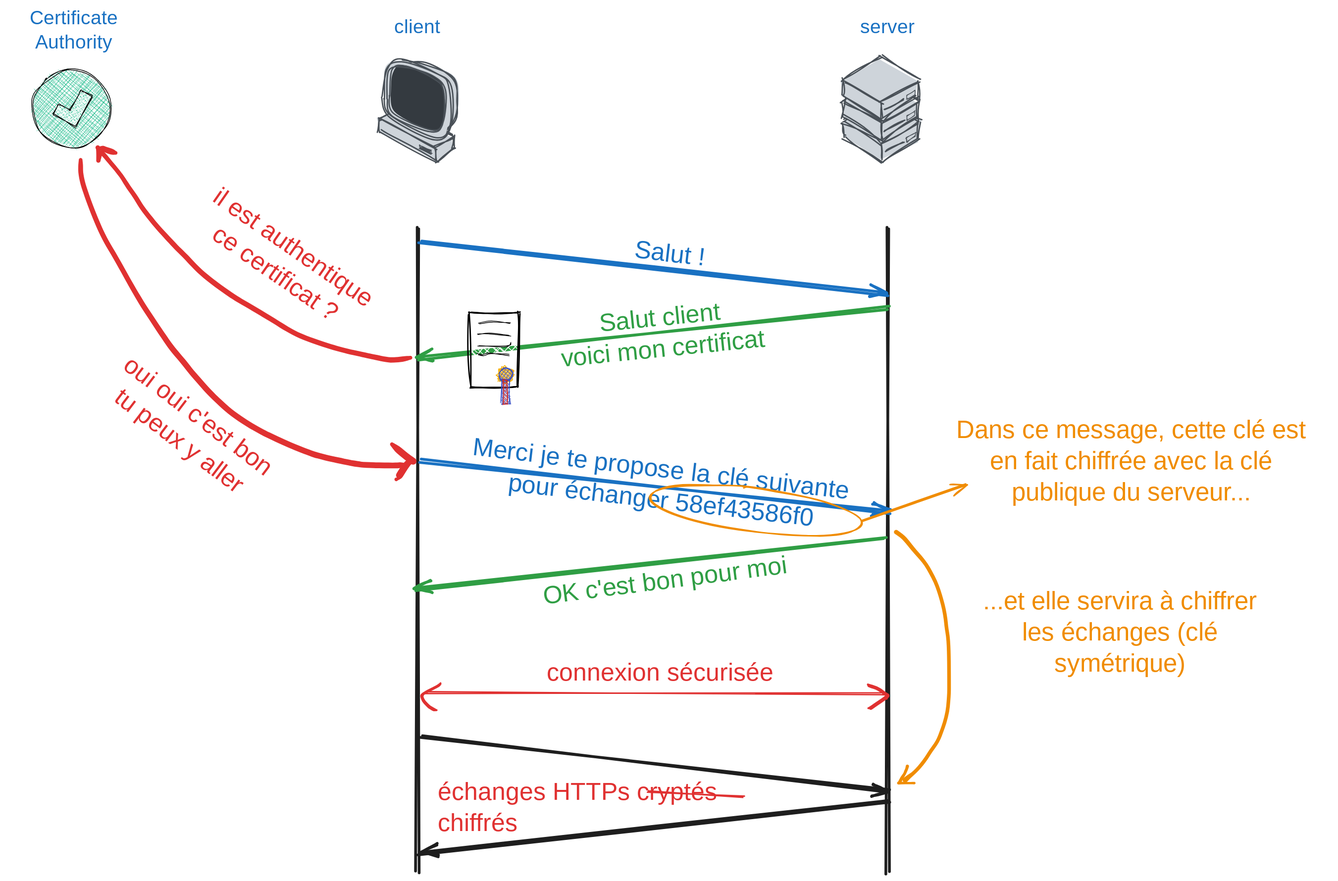
The Excalidraw diagram notebooks/media/timeline-tls.excalidraw.svg in ue22-p25/backend, before a commit. Source tidied: one line per element, renumbered; positions are measured from the earlier drawing's top-left corner, leaving out a move shared by most shapes.
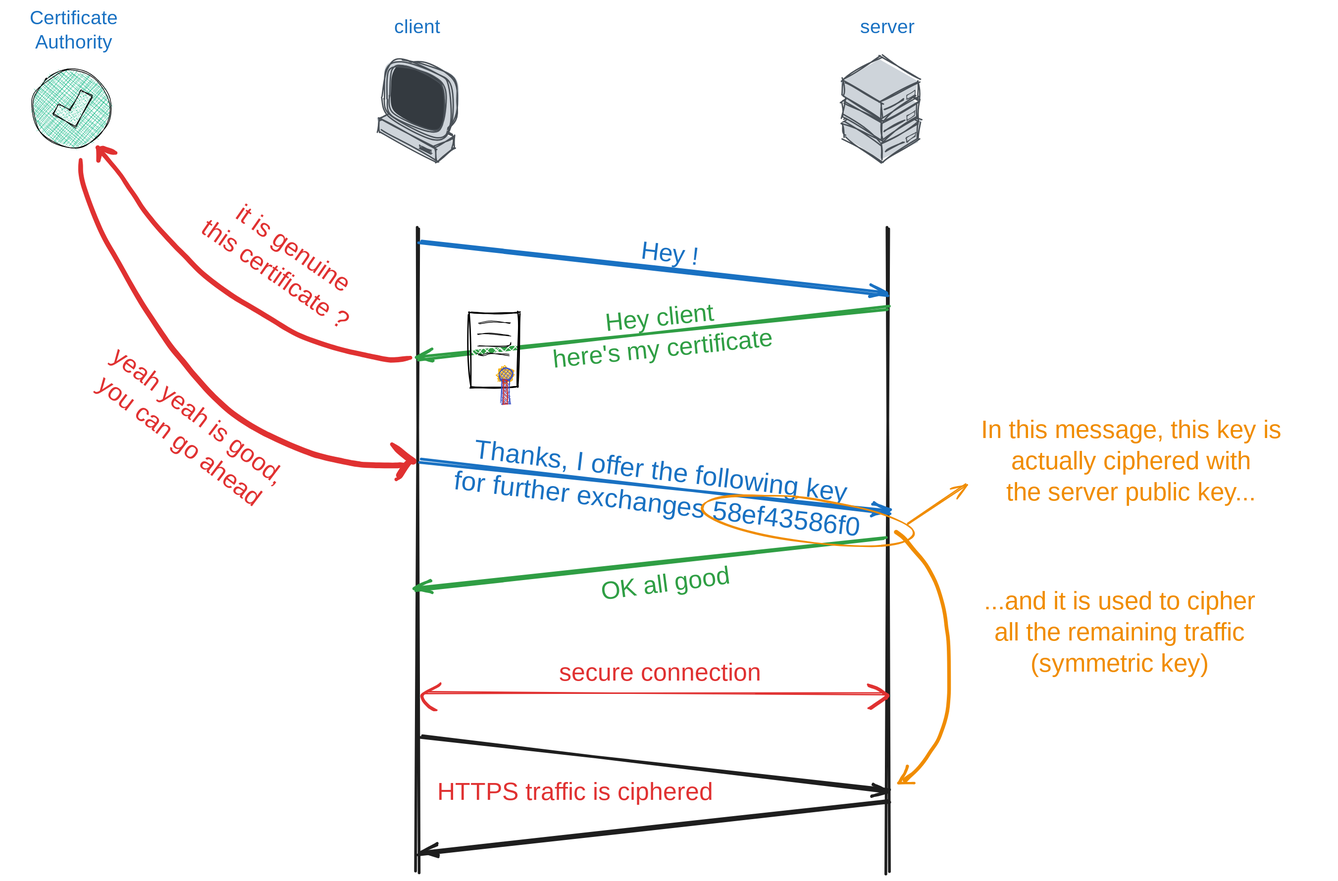
The same file after the commit.

What changed in the source:
```diff
@@ -30,9 +30,9 @@
 {"id": 29, "type": "line", "strokeColor": "#000000", "angle": 5.23, "backgroundColor": "#ffffff", "fillStyle": "cross-hatch", "strokeWidth": 1, "roughness": 2, "x": 86, "y": 124, "width": 50, "height": 37, "points": [[0, 0], [0, 19], [33, 19], [33, 37], [-17, 37], [-17, 0], [0, 0]]}
 {"id": 30, "type": "text", "text": "Certificate\nAuthority", "strokeColor": "#1971c2", "backgroundColor": "#e3fafc", "fillStyle": "cross-hatch", "strokeWidth": 4, "roughness": 2, "fontSize": 28, "fontFamily": 5, "textAlign": "center", "x": 0, "y": 0, "width": 192, "height": 70}
 {"id": 31, "type": "arrow", "strokeColor": "#1971c2", "backgroundColor": "#e3fafc", "fillStyle": "cross-hatch", "strokeWidth": 4, "roughness": 2, "endArrowhead": "arrow", "round": true, "x": 595, "y": 341, "width": 676, "height": 75, "points": [[0, 0], [676, 75]]}
-{"id": 32, "type": "text", "text": "Salut !", "strokeColor": "#1971c2", "angle": 0.12, "backgroundColor": "#e3fafc", "fillStyle": "cross-hatch", "strokeWidth": 4, "roughness": 2, "fontSize": 36, "fontFamily": 5, "textAlign": "center", "x": 822, "y": 336, "width": 268, "height": 45}
+{"id": 32, "type": "text", "text": "Hey !", "strokeColor": "#1971c2", "angle": 0.12, "backgroundColor": "#e3fafc", "fillStyle": "cross-hatch", "strokeWidth": 4, "roughness": 2, "fontSize": 36, "fontFamily": 5, "textAlign": "center", "x": 822, "y": 336, "width": 268, "height": 45}
 {"id": 33, "type": "arrow", "strokeColor": "#2f9e44", "backgroundColor": "#e3fafc", "fillStyle": "cross-hatch", "strokeWidth": 4, "roughness": 2, "endArrowhead": "arrow", "round": true, "x": 1271, "y": 434, "width": 678, "height": 74, "points": [[0, 0], [-678, 74]]}
-{"id": 34, "type": "text", "text": "Salut client\nvoici mon certificat", "strokeColor": "#2f9e44", "angle": 6.18, "backgroundColor": "#e3fafc", "fillStyle": "cross-hatch", "strokeWidth": 4, "roughness": 2, "fontSize": 36, "fontFamily": 5, "textAlign": "center", "x": 761, "y": 428, "width": 366, "height": 90}
+{"id": 34, "type": "text", "text": "Hey client\nhere's my certificate", "strokeColor": "#2f9e44", "angle": 6.18, "backgroundColor": "#e3fafc", "fillStyle": "cross-hatch", "strokeWidth": 4, "roughness": 2, "fontSize": 36, "fontFamily": 5, "textAlign": "center", "x": 761, "y": 428, "width": 366, "height": 90}
 {"id": 35, "type": "rectangle", "strokeColor": "#000000", "backgroundColor": "#fff", "fillStyle": "cross-hatch", "strokeWidth": 2, "roughness": 2, "x": 668, "y": 442, "width": 71, "height": 107}
 {"id": 36, "type": "line", "strokeColor": "#000000", "backgroundColor": "#fff", "fillStyle": "cross-hatch", "strokeWidth": 1, "roughness": 2, "round": true, "x": 679, "y": 489, "width": 47, "height": 3, "points": [[0, 0], [40, 0], [47, -3]]}
 {"id": 37, "type": "line", "strokeColor": "#000000", "backgroundColor": "#fff", "fillStyle": "cross-hatch", "strokeWidth": 1, "roughness": 2, "round": true, "x": 681, "y": 457, "width": 46, "height": 3, "points": [[0, 0], [17, -3], [46, 0]]}
@@ -44,28 +44,27 @@
 {"id": 43, "type": "ellipse", "strokeColor": "#364fc7", "backgroundColor": "#364fc7", "fillStyle": "cross-hatch", "strokeWidth": 1, "roughness": 2, "x": 709, "y": 522, "width": 20, "height": 19}
 {"id": 44, "type": "rectangle", "strokeColor": "#364fc7", "backgroundColor": "#364fc7", "fillStyle": "cross-hatch", "strokeWidth": 1, "roughness": 2, "x": 713, "y": 538, "width": 11, "height": 35}
 {"id": 45, "type": "rectangle", "strokeColor": "#c92a2a", "backgroundColor": "#c92a2a", "fillStyle": "cross-hatch", "strokeWidth": 1, "roughness": 2, "x": 716, "y": 539, "width": 6, "height": 35}
-{"id": 46, "type": "text", "text": "il est authentique\nce certificat ?", "strokeColor": "#e03131", "angle": 0.61, "backgroundColor": "#e3fafc", "fillStyle": "cross-hatch", "strokeWidth": 4, "roughness": 2, "fontSize": 36, "fontFamily": 5, "textAlign": "center", "x": 196, "y": 323, "width": 405, "height": 90}
+{"id": 46, "type": "text", "text": "it is genuine\nthis certificate ?", "strokeColor": "#e03131", "angle": 0.61, "backgroundColor": "#e3fafc", "fillStyle": "cross-hatch", "strokeWidth": 4, "roughness": 2, "fontSize": 36, "fontFamily": 5, "textAlign": "center", "x": 196, "y": 324, "width": 405, "height": 90}
-{"id": 47, "type": "text", "text": "oui oui c'est bon\ntu peux y aller", "strokeColor": "#e03131", "angle": 0.65, "backgroundColor": "#e3fafc", "fillStyle": "cross-hatch", "strokeWidth": 4, "roughness": 2, "fontSize": 36, "fontFamily": 5, "textAlign": "center", "x": 58, "y": 565, "width": 405, "height": 90}
+{"id": 47, "type": "text", "text": "yeah yeah is good,\nyou can go ahead", "strokeColor": "#e03131", "angle": 0.65, "backgroundColor": "#e3fafc", "fillStyle": "cross-hatch", "strokeWidth": 4, "roughness": 2, "fontSize": 36, "fontFamily": 5, "textAlign": "center", "x": 58, "y": 565, "width": 405, "height": 90}
 {"id": 48, "type": "freedraw", "strokeColor": "#e03131", "backgroundColor": "#e3fafc", "fillStyle": "cross-hatch", "strokeWidth": 2, "roughness": 2, "x": 582, "y": 506, "width": 451, "height": 307, "points": [[0, 0], [-21, 3], [-45, 1], [-77, -6], [-117, -16], [-162, -32], [-204, -58], [-247, -83], [-284, -109], [-316, -137], [-340, -162], [-354, -177], [-380, -208], [-397, -232], [-411, -252], [-424, -271], [-440, -290], [-446, -296], [-448, -297], [-448, -291], [-450, -285], [-450, -299], [-451, -303], [-448, -304], [-433, -298], [-425, -296]]}
 {"id": 49, "type": "freedraw", "strokeColor": "#e03131", "backgroundColor": "#e3fafc", "fillStyle": "cross-hatch", "strokeWidth": 2, "roughness": 2, "x": 106, "y": 221, "width": 468, "height": 441, "points": [[0, 0], [0, 3], [0, 15], [4, 38], [12, 60], [24, 90], [39, 122], [57, 153], [72, 180], [89, 208], [105, 232], [118, 252], [132, 273], [149, 293], [163, 311], [182, 332], [196, 346], [221, 368], [247, 385], [269, 397], [306, 413], [330, 423], [357, 431], [383, 436], [399, 439], [427, 441], [446, 441], [460, 441], [468, 440], [468, 440], [467, 440]]}
 {"id": 50, "type": "freedraw", "strokeColor": "#e03131", "backgroundColor": "#e3fafc", "fillStyle": "cross-hatch", "strokeWidth": 2, "roughness": 2, "x": 555, "y": 631, "width": 31, "height": 51, "points": [[0, 0], [0, 1], [1, 2], [4, 5], [13, 12], [19, 16], [24, 20], [25, 21], [26, 22], [31, 24], [31, 25], [31, 25], [31, 25], [30, 25], [29, 25], [28, 25], [26, 25], [25, 26], [23, 27], [21, 30], [16, 35], [14, 40], [11, 44], [10, 47], [8, 49], [8, 50], [7, 50], [7, 51], [7, 51], [7, 51], [6, 51], [6, 51]]}
 {"id": 51, "type": "arrow", "strokeColor": "#1971c2", "backgroundColor": "#e3fafc", "fillStyle": "cross-hatch", "strokeWidth": 4, "roughness": 2, "endArrowhead": "arrow", "round": true, "x": 595, "y": 655, "width": 676, "height": 75, "points": [[0, 0], [676, 75]]}
-{"id": 52, "type": "text", "text": "Merci je te propose la clé suivante\n pour échanger 58ef43586f0", "strokeColor": "#1971c2", "angle": 0.12, "backgroundColor": "#e3fafc", "fillStyle": "cross-hatch", "strokeWidth": 4, "roughness": 2, "fontSize": 36.1, "fontFamily": 5, "textAlign": "center", "x": 593, "y": 647, "width": 694, "height": 90}
+{"id": 52, "type": "text", "text": "Thanks, I offer the following key\nfor further exchanges 58ef43586f0", "strokeColor": "#1971c2", "angle": 0.12, "backgroundColor": "#e3fafc", "fillStyle": "cross-hatch", "strokeWidth": 4, "roughness": 2, "fontSize": 38.23, "fontFamily": 5, "textAlign": "center", "x": 573, "y": 649, "width": 735, "height": 96}
 {"id": 53, "type": "arrow", "strokeColor": "#2f9e44", "backgroundColor": "#e3fafc", "fillStyle": "cross-hatch", "strokeWidth": 4, "roughness": 2, "endArrowhead": "arrow", "round": true, "x": 1266, "y": 766, "width": 678, "height": 74, "points": [[0, 0], [-678, 74]]}
-{"id": 54, "type": "text", "text": "OK c'est bon pour moi", "strokeColor": "#2f9e44", "angle": 6.16, "backgroundColor": "#e3fafc", "fillStyle": "cross-hatch", "strokeWidth": 4, "roughness": 2, "fontSize": 36, "fontFamily": 5, "textAlign": "center", "x": 749, "y": 808, "width": 401, "height": 45}
+{"id": 54, "type": "text", "text": "OK all good", "strokeColor": "#2f9e44", "angle": 6.16, "backgroundColor": "#e3fafc", "fillStyle": "cross-hatch", "strokeWidth": 4, "roughness": 2, "fontSize": 36, "fontFamily": 5, "textAlign": "center", "x": 749, "y": 812, "width": 401, "height": 45}
 {"id": 55, "type": "line", "strokeColor": "#e03131", "backgroundColor": "#e3fafc", "fillStyle": "cross-hatch", "strokeWidth": 2, "roughness": 2, "round": true, "x": 602, "y": 991, "width": 660, "height": 0, "points": [[0, 0], [660, 0]]}
-{"id": 56, "type": "text", "text": "connexion sécurisée", "strokeColor": "#e03131", "backgroundColor": "#e3fafc", "fillStyle": "cross-hatch", "strokeWidth": 2, "roughness": 2, "fontSize": 36, "fontFamily": 5, "textAlign": "center", "x": 709, "y": 941, "width": 466, "height": 45}
+{"id": 56, "type": "text", "text": "secure connection", "strokeColor": "#e03131", "backgroundColor": "#e3fafc", "fillStyle": "cross-hatch", "strokeWidth": 2, "roughness": 2, "fontSize": 36, "fontFamily": 5, "textAlign": "center", "x": 709, "y": 941, "width": 466, "height": 45}
 {"id": 57, "type": "freedraw", "strokeColor": "#e03131", "backgroundColor": "#e3fafc", "fillStyle": "cross-hatch", "strokeWidth": 1, "roughness": 2, "x": 625, "y": 976, "width": 27, "height": 39, "points": [[0, 0], [-1, 1], [-1, 1], [-1, 1], [-1, 1], [-1, 1], [-1, 2], [-1, 2], [-1, 2], [-3, 4], [-5, 5], [-11, 8], [-16, 10], [-20, 12], [-23, 14], [-25, 15], [-27, 17], [-27, 17], [-27, 18], [-27, 18], [-27, 18], [-27, 18], [-27, 19], [-27, 20], [-26, 21], [-26, 22], [-25, 24], [-24, 26], [-22, 28], [-20, 31], [-16, 34], [-14, 36], [-11, 38], [-9, 38], [-7, 39], [-6, 39], [-5, 39], [-5, 39], [-5, 39]]}
 {"id": 58, "type": "freedraw", "strokeColor": "#e03131", "backgroundColor": "#e3fafc", "fillStyle": "cross-hatch", "strokeWidth": 1, "roughness": 2, "x": 1242, "y": 978, "width": 30, "height": 37, "points": [[0, 0], [-1, 0], [-1, 0], [-1, 0], [1, 2], [2, 2], [4, 3], [14, 6], [15, 6], [19, 9], [20, 9], [21, 11], [23, 12], [23, 12], [25, 14], [26, 14], [27, 14], [28, 15], [29, 16], [29, 16], [29, 16], [29, 16], [29, 16], [29, 16], [29, 17], [28, 18], [23, 21], [18, 24], [12, 29], [7, 32], [3, 35], [0, 37], [0, 37], [0, 36], [1, 34], [1, 34]]}
 {"id": 59, "type": "freedraw", "strokeColor": "#e03131", "backgroundColor": "#e3fafc", "fillStyle": "cross-hatch", "strokeWidth": 1, "roughness": 2, "x": 1268, "y": 998, "width": 0, "height": 0, "points": [[0, 0], [0, 0], [0, 0]]}
 {"id": 60, "type": "arrow", "strokeColor": "#1e1e1e", "backgroundColor": "#e3fafc", "fillStyle": "cross-hatch", "strokeWidth": 4, "roughness": 2, "endArrowhead": "arrow", "round": true, "x": 596, "y": 1054, "width": 676, "height": 75, "points": [[0, 0], [676, 75]]}
 {"id": 61, "type": "arrow", "strokeColor": "#1e1e1e", "backgroundColor": "#e3fafc", "fillStyle": "cross-hatch", "strokeWidth": 4, "roughness": 2, "endArrowhead": "arrow", "round": true, "x": 1273, "y": 1148, "width": 678, "height": 74, "points": [[0, 0], [-678, 74]]}
-{"id": 62, "type": "text", "text": "échanges HTTPs cryptés\nchiffrés", "strokeColor": "#e03131", "backgroundColor": "#e3fafc", "fillStyle": "cross-hatch", "strokeWidth": 2, "roughness": 2, "fontSize": 36, "fontFamily": 5, "x": 621, "y": 1113, "width": 466, "height": 90}
+{"id": 62, "type": "text", "text": "HTTPS traffic is ciphered", "strokeColor": "#e03131", "backgroundColor": "#e3fafc", "fillStyle": "cross-hatch", "strokeWidth": 2, "roughness": 2, "fontSize": 36, "fontFamily": 5, "x": 621, "y": 1113, "width": 466, "height": 45}
-{"id": 63, "type": "line", "strokeColor": "#e03131", "strokeWidth": 2, "roughness": 1, "round": true, "x": 924, "y": 1133, "width": 138, "height": 8, "points": [[0, 0], [138, 8]]}
-{"id": 64, "type": "text", "text": "Dans ce message, cette clé est\nen fait chiffrée avec la clé\npublique du serveur...", "strokeColor": "#f08c00", "backgroundColor": "#e3fafc", "fillStyle": "cross-hatch", "strokeWidth": 4, "roughness": 2, "fontSize": 36.1, "fontFamily": 5, "textAlign": "center", "x": 1333, "y": 590, "width": 576, "height": 135}
+{"id": 64, "type": "text", "text": "In this message, this key is\nactually ciphered with\nthe server public key...", "strokeColor": "#f08c00", "backgroundColor": "#e3fafc", "fillStyle": "cross-hatch", "strokeWidth": 4, "roughness": 2, "fontSize": 36.1, "fontFamily": 5, "textAlign": "center", "x": 1333, "y": 590, "width": 576, "height": 135}
-{"id": 65, "type": "text", "text": "...et elle servira à chiffrer\nles échanges (clé\nsymétrique)", "strokeColor": "#f08c00", "backgroundColor": "#e3fafc", "fillStyle": "cross-hatch", "strokeWidth": 4, "roughness": 2, "fontSize": 36.1, "fontFamily": 5, "textAlign": "center", "x": 1380, "y": 838, "width": 451, "height": 135}
+{"id": 65, "type": "text", "text": "...and it is used to cipher\nall the remaining traffic\n(symmetric key)", "strokeColor": "#f08c00", "backgroundColor": "#e3fafc", "fillStyle": "cross-hatch", "strokeWidth": 4, "roughness": 2, "fontSize": 36.1, "fontFamily": 5, "textAlign": "center", "x": 1380, "y": 838, "width": 451, "height": 135}
-{"id": 66, "type": "ellipse", "strokeColor": "#f08c00", "angle": 0.13, "strokeWidth": 2, "roughness": 1, "round": true, "x": 927, "y": 695, "width": 308, "height": 63}
+{"id": 66, "type": "ellipse", "strokeColor": "#f08c00", "angle": 0.13, "strokeWidth": 2, "roughness": 1, "round": true, "x": 1002, "y": 710, "width": 308, "height": 63}
-{"id": 67, "type": "arrow", "strokeColor": "#f08c00", "strokeWidth": 2, "roughness": 1, "endArrowhead": "arrow", "round": true, "from": 66, "x": 1233, "y": 742, "width": 151, "height": 53, "points": [[0, 0], [151, -53]]}
+{"id": 67, "type": "arrow", "strokeColor": "#f08c00", "strokeWidth": 2, "roughness": 1, "endArrowhead": "arrow", "round": true, "from": 66, "x": 1298, "y": 746, "width": 86, "height": 58, "points": [[0, 0], [86, -58]]}
 {"id": 68, "type": "freedraw", "strokeColor": "#f08c00", "strokeWidth": 1, "roughness": 1, "x": 1299, "y": 1096, "width": 12, "height": 24, "points": [[0, 0], [0, 1], [0, 3], [-2, 7], [-3, 9], [-5, 13], [-6, 14], [-8, 16], [-9, 19], [-10, 21], [-10, 23], [-12, 24], [-12, 24]]}
 {"id": 69, "type": "freedraw", "strokeColor": "#f08c00", "strokeWidth": 1, "roughness": 1, "x": 1286, "y": 1120, "width": 24, "height": 0, "points": [[0, 0], [3, 0], [13, 0], [18, 0], [21, 0], [24, 0], [24, 0]]}
 {"id": 70, "type": "freedraw", "strokeColor": "#f08c00", "strokeWidth": 2, "roughness": 1, "x": 1283, "y": 758, "width": 76, "height": 358, "points": [[0, 0], [1, 0], [8, 5], [14, 10], [17, 14], [25, 26], [33, 35], [41, 43], [49, 54], [54, 66], [62, 82], [65, 94], [68, 107], [72, 122], [73, 136], [73, 146], [76, 160], [76, 174], [76, 190], [76, 205], [76, 218], [76, 230], [76, 240], [75, 254], [73, 269], [67, 288], [62, 298], [59, 306], [54, 312], [44, 323], [40, 333], [32, 342], [25, 349], [19, 354], [16, 355], [14, 357], [12, 358], [12, 358]]}
```
